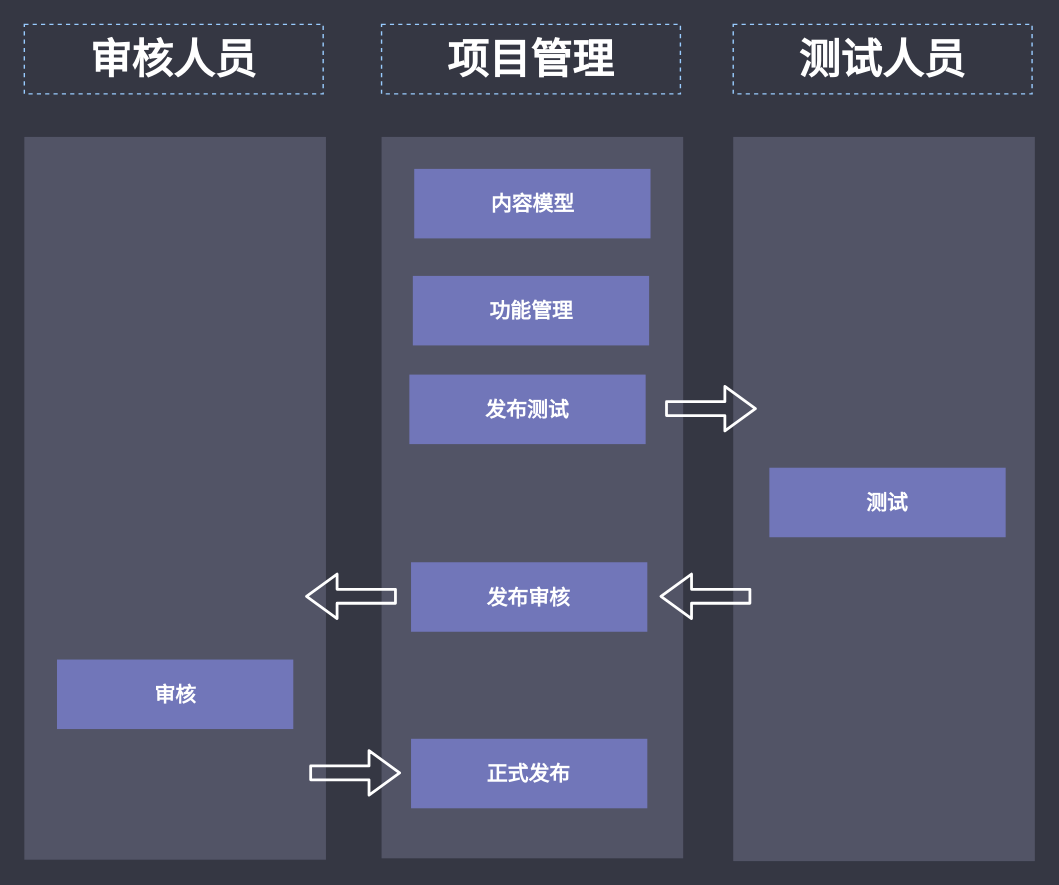
Before: page "审核流程" (3 of 5) of files/未命名绘图.drawio in hezhongfeng/DRAWIO, a draw.io diagram. Source tidied: cells renumbered, new cells numbered last; positions are measured from the earlier drawing's top-left corner, leaving out a move shared by most shapes. Both pictures are drawn from the tidied source at 139%, with x=0, y=0 at pixel (24, 24).
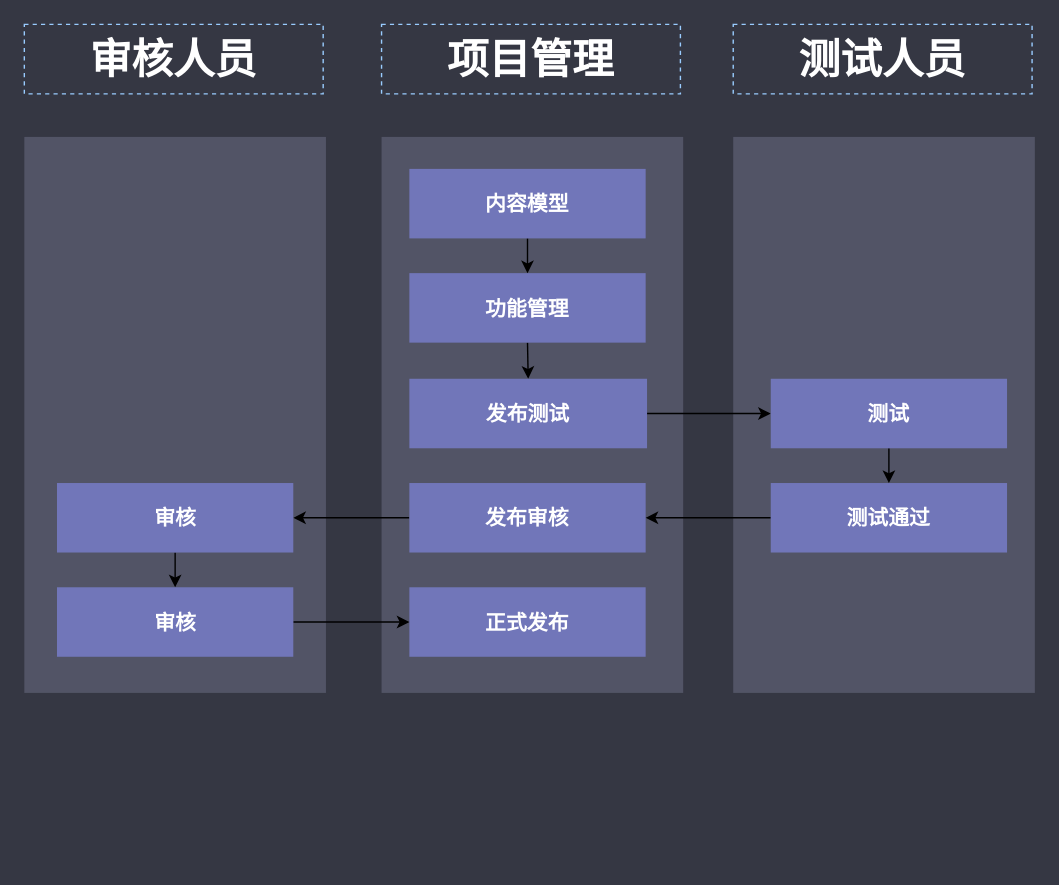
After the change.

The edit, as a diff of the source:
```diff
@@
     <mxCell id="2" style="rounded=0;whiteSpace=wrap;html=1;dashed=1;strokeColor=none;strokeWidth=2;fontFamily=Verdana;fontSize=12;fontColor=#00BEF2;fillColor=#525466;" parent="1" vertex="1">
-      <mxGeometry x="257" y="81" width="217" height="519" as="geometry" />
+      <mxGeometry x="257" y="81" width="217" height="400" as="geometry" />
     </mxCell>
@@
     <mxCell id="4" style="rounded=0;whiteSpace=wrap;html=1;dashed=1;strokeColor=none;strokeWidth=2;fontFamily=Verdana;fontSize=12;fontColor=#00BEF2;fillColor=#525466;" parent="1" vertex="1">
-      <mxGeometry x="510" y="81" width="217" height="521" as="geometry" />
+      <mxGeometry x="510" y="81" width="217" height="400" as="geometry" />
     </mxCell>
@@
     <mxCell id="6" style="rounded=0;whiteSpace=wrap;html=1;dashed=1;strokeColor=none;strokeWidth=2;fontFamily=Verdana;fontSize=12;fontColor=#00BEF2;fillColor=#525466;" parent="1" vertex="1">
-      <mxGeometry y="81" width="217" height="520" as="geometry" />
+      <mxGeometry y="81" width="217" height="400" as="geometry" />
     </mxCell>
@@
+    <mxCell id="19" style="edgeStyle=orthogonalEdgeStyle;rounded=0;jettySize=auto;html=1;exitX=0.5;exitY=1;exitDx=0;exitDy=0;entryX=0.5;entryY=0;entryDx=0;entryDy=0;fontColor=none;" parent="1" edge="1" source="8" target="9">
+      <mxGeometry relative="1" as="geometry" />
+    </mxCell>
     <mxCell id="8" value="内容模型" style="whiteSpace=wrap;html=1;dashed=1;strokeColor=none;strokeWidth=2;fontFamily=Helvetica;fontSize=15;fontColor=#FFFFFF;fontStyle=1;fillColor=#7176B9;" parent="1" vertex="1">
-      <mxGeometry x="280.5" y="104" width="170" height="50" as="geometry" />
+      <mxGeometry x="277" y="104" width="170" height="50" as="geometry" />
     </mxCell>
+    <mxCell id="20" style="edgeStyle=orthogonalEdgeStyle;rounded=0;jettySize=auto;html=1;exitX=0.5;exitY=1;exitDx=0;exitDy=0;entryX=0.5;entryY=0;entryDx=0;entryDy=0;fontColor=none;" parent="1" edge="1" source="9" target="10">
+      <mxGeometry relative="1" as="geometry" />
+    </mxCell>
     <mxCell id="9" value="功能管理" style="whiteSpace=wrap;html=1;dashed=1;strokeColor=none;strokeWidth=2;fontFamily=Helvetica;fontSize=15;fontColor=#FFFFFF;fontStyle=1;fillColor=#7176B9;" parent="1" vertex="1">
-      <mxGeometry x="279.5" y="181" width="170" height="50" as="geometry" />
+      <mxGeometry x="277" y="179" width="170" height="50" as="geometry" />
     </mxCell>
+    <mxCell id="21" style="edgeStyle=orthogonalEdgeStyle;rounded=0;jettySize=auto;html=1;fontColor=none;" parent="1" edge="1" source="10" target="11">
+      <mxGeometry relative="1" as="geometry" />
+    </mxCell>
     <mxCell id="10" value="发布测试" style="whiteSpace=wrap;html=1;dashed=1;strokeColor=none;strokeWidth=2;fontFamily=Helvetica;fontSize=15;fontColor=#FFFFFF;fontStyle=1;fillColor=#7176B9;" parent="1" vertex="1">
-      <mxGeometry x="277" y="252" width="170" height="50" as="geometry" />
+      <mxGeometry x="277" y="255" width="171" height="50" as="geometry" />
     </mxCell>
+    <mxCell id="22" style="edgeStyle=orthogonalEdgeStyle;rounded=0;jettySize=auto;html=1;fontColor=none;" parent="1" edge="1" source="11" target="26">
+      <mxGeometry relative="1" as="geometry" />
+    </mxCell>
     <mxCell id="11" value="测试" style="whiteSpace=wrap;html=1;dashed=1;strokeColor=none;strokeWidth=2;fontFamily=Helvetica;fontSize=15;fontColor=#FFFFFF;fontStyle=1;fillColor=#7176B9;" parent="1" vertex="1">
-      <mxGeometry x="536" y="319" width="170" height="50" as="geometry" />
+      <mxGeometry x="537" y="255" width="170" height="50" as="geometry" />
     </mxCell>
+    <mxCell id="23" style="edgeStyle=orthogonalEdgeStyle;rounded=0;jettySize=auto;html=1;exitX=0;exitY=0.5;exitDx=0;exitDy=0;entryX=1;entryY=0.5;entryDx=0;entryDy=0;fontColor=none;" parent="1" edge="1" source="12" target="13">
+      <mxGeometry relative="1" as="geometry" />
+    </mxCell>
     <mxCell id="12" value="发布审核" style="whiteSpace=wrap;html=1;dashed=1;strokeColor=none;strokeWidth=2;fontFamily=Helvetica;fontSize=15;fontColor=#FFFFFF;fontStyle=1;fillColor=#7176B9;" parent="1" vertex="1">
-      <mxGeometry x="278.2" y="387" width="170" height="50" as="geometry" />
+      <mxGeometry x="277" y="330" width="170" height="50" as="geometry" />
     </mxCell>
+    <mxCell id="24" style="edgeStyle=orthogonalEdgeStyle;rounded=0;jettySize=auto;html=1;exitX=0.5;exitY=1;exitDx=0;exitDy=0;entryX=0.5;entryY=0;entryDx=0;entryDy=0;fontColor=none;" parent="1" edge="1" source="13" target="28">
+      <mxGeometry relative="1" as="geometry" />
+    </mxCell>
     <mxCell id="13" value="审核" style="whiteSpace=wrap;html=1;dashed=1;strokeColor=none;strokeWidth=2;fontFamily=Helvetica;fontSize=15;fontColor=#FFFFFF;fontStyle=1;fillColor=#7176B9;" parent="1" vertex="1">
-      <mxGeometry x="23.5" y="457" width="170" height="50" as="geometry" />
+      <mxGeometry x="23.5" y="330" width="170" height="50" as="geometry" />
     </mxCell>
     <mxCell id="14" value="正式发布" style="whiteSpace=wrap;html=1;dashed=1;strokeColor=none;strokeWidth=2;fontFamily=Helvetica;fontSize=15;fontColor=#FFFFFF;fontStyle=1;fillColor=#7176B9;" parent="1" vertex="1">
-      <mxGeometry x="278.2" y="514" width="170" height="50" as="geometry" />
+      <mxGeometry x="277" y="405" width="170" height="50" as="geometry" />
     </mxCell>
-    <mxCell id="15" style="shape=flexArrow;endArrow=classic;html=1;strokeColor=#FFFFFF;strokeWidth=2;fontSize=30;width=9;endSize=6.67;" parent="1" edge="1">
-      <mxGeometry relative="1" as="geometry">
-        <mxPoint x="205" y="538.5" as="sourcePoint" />
-        <mxPoint x="271" y="538.5" as="targetPoint" />
-      </mxGeometry>
-    </mxCell>
-    <mxCell id="16" style="shape=flexArrow;endArrow=classic;html=1;strokeColor=#FFFFFF;strokeWidth=2;fontSize=30;width=9;endSize=6.67;" parent="1" edge="1">
-      <mxGeometry relative="1" as="geometry">
-        <mxPoint x="461" y="276.5" as="sourcePoint" />
-        <mxPoint x="527" y="276.5" as="targetPoint" />
-      </mxGeometry>
-    </mxCell>
-    <mxCell id="17" style="shape=flexArrow;endArrow=classic;html=1;strokeColor=#FFFFFF;strokeWidth=2;fontSize=30;width=9;endSize=6.67;" parent="1" edge="1">
-      <mxGeometry relative="1" as="geometry">
-        <mxPoint x="268" y="411.5" as="sourcePoint" />
-        <mxPoint x="202" y="411.5" as="targetPoint" />
-      </mxGeometry>
-    </mxCell>
-    <mxCell id="18" style="shape=flexArrow;endArrow=classic;html=1;strokeColor=#FFFFFF;strokeWidth=2;fontSize=30;width=9;endSize=6.67;" parent="1" edge="1">
-      <mxGeometry relative="1" as="geometry">
-        <mxPoint x="523" y="411.5" as="sourcePoint" />
-        <mxPoint x="457" y="411.5" as="targetPoint" />
-      </mxGeometry>
-    </mxCell>
+    <mxCell id="25" style="edgeStyle=orthogonalEdgeStyle;rounded=0;jettySize=auto;html=1;exitX=0;exitY=0.5;exitDx=0;exitDy=0;entryX=1;entryY=0.5;entryDx=0;entryDy=0;fontColor=none;" parent="1" edge="1" source="26" target="12">
+      <mxGeometry relative="1" as="geometry" />
+    </mxCell>
+    <mxCell id="26" value="测试通过" style="whiteSpace=wrap;html=1;dashed=1;strokeColor=none;strokeWidth=2;fontFamily=Helvetica;fontSize=15;fontColor=#FFFFFF;fontStyle=1;fillColor=#7176B9;" parent="1" vertex="1">
+      <mxGeometry x="537" y="330" width="170" height="50" as="geometry" />
+    </mxCell>
+    <mxCell id="27" style="edgeStyle=orthogonalEdgeStyle;rounded=0;jettySize=auto;html=1;exitX=1;exitY=0.5;exitDx=0;exitDy=0;entryX=0;entryY=0.5;entryDx=0;entryDy=0;fontColor=none;" parent="1" edge="1" source="28" target="14">
+      <mxGeometry relative="1" as="geometry" />
+    </mxCell>
+    <mxCell id="28" value="审核" style="whiteSpace=wrap;html=1;dashed=1;strokeColor=none;strokeWidth=2;fontFamily=Helvetica;fontSize=15;fontColor=#FFFFFF;fontStyle=1;fillColor=#7176B9;" parent="1" vertex="1">
+      <mxGeometry x="23.5" y="405" width="170" height="50" as="geometry" />
+    </mxCell>
```
